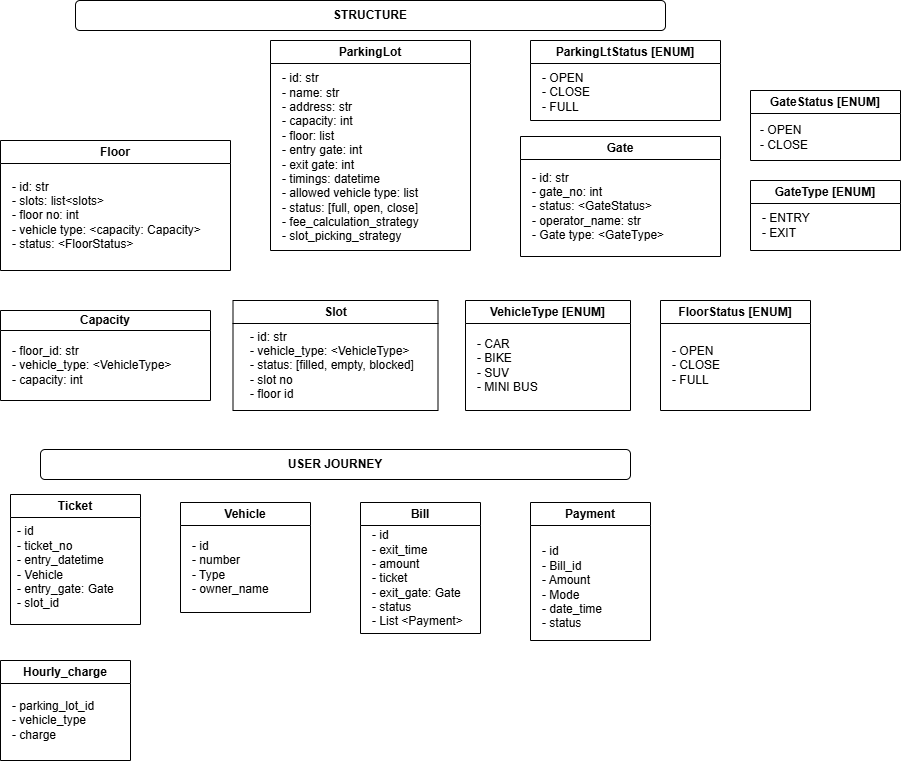
Earlier version of the draw.io export ParkingLot.png (ashu7mishra/ParkingLot). Source tidied: cells renumbered, new cells last; positions are measured from the earlier drawing's top-left corner, leaving out a move shared by most shapes.
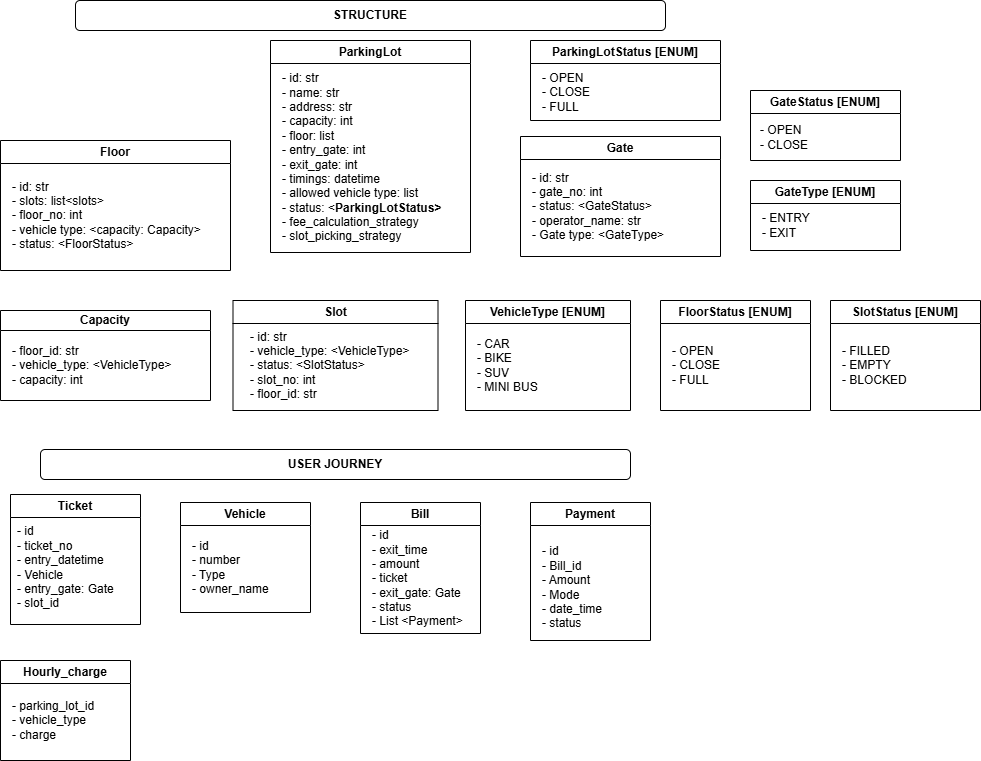
The same diagram one commit later.

The edit, as a diff of the source:
```diff
@@ -3,22 +3,22 @@
     <mxCell id="0" />
     <mxCell id="1" parent="0" />
     <mxCell id="2" value="ParkingLot" style="swimlane;whiteSpace=wrap;html=1;" parent="1" vertex="1">
-      <mxGeometry x="270" y="40" width="200" height="210" as="geometry" />
+      <mxGeometry x="270" y="40" width="200" height="212" as="geometry" />
     </mxCell>
-    <mxCell id="3" value="- id: str&lt;div&gt;- name: str&lt;/div&gt;&lt;div&gt;- address: str&lt;/div&gt;&lt;div&gt;- capacity: int&lt;/div&gt;&lt;div&gt;- floor: list&lt;/div&gt;&lt;div&gt;- entry gate: int&lt;/div&gt;&lt;div&gt;- exit gate: int&lt;/div&gt;&lt;div&gt;- timings: datetime&lt;/div&gt;&lt;div&gt;- allowed vehicle type: list&lt;/div&gt;&lt;div&gt;- status: [full, open, close]&lt;/div&gt;&lt;div&gt;- fee_calculation_strategy&lt;/div&gt;&lt;div&gt;- slot_picking_strategy&lt;/div&gt;" style="text;html=1;align=left;verticalAlign=middle;strokeColor=none;fillColor=none;" parent="2" vertex="1">
-      <mxGeometry x="10" y="22" width="160" height="190" as="geometry" />
+    <mxCell id="3" value="- id: str&lt;div&gt;- name: str&lt;/div&gt;&lt;div&gt;- address: str&lt;/div&gt;&lt;div&gt;- capacity: int&lt;/div&gt;&lt;div&gt;- floor: list&lt;/div&gt;&lt;div&gt;- entry_gate: int&lt;/div&gt;&lt;div&gt;- exit_gate: int&lt;/div&gt;&lt;div&gt;- timings: datetime&lt;/div&gt;&lt;div&gt;- allowed vehicle type: list&lt;/div&gt;&lt;div&gt;- status: &amp;lt;&lt;span style=&quot;font-weight: 700; text-align: center; text-wrap-mode: wrap; background-color: transparent; color: light-dark(rgb(0, 0, 0), rgb(255, 255, 255));&quot;&gt;ParkingLotStatus&amp;gt;&lt;/span&gt;&lt;/div&gt;&lt;div&gt;- fee_calculation_strategy&lt;/div&gt;&lt;div&gt;- slot_picking_strategy&lt;/div&gt;" style="text;html=1;align=left;verticalAlign=middle;strokeColor=none;fillColor=none;" parent="2" vertex="1">
+      <mxGeometry x="10" y="22" width="180" height="190" as="geometry" />
     </mxCell>
     <mxCell id="4" value="Floor" style="swimlane;whiteSpace=wrap;html=1;" parent="1" vertex="1">
       <mxGeometry y="140" width="230" height="130" as="geometry" />
     </mxCell>
-    <mxCell id="5" value="- id: str&lt;div&gt;- slots: list&amp;lt;slots&amp;gt;&lt;/div&gt;&lt;div&gt;- floor no: int&lt;/div&gt;&lt;div&gt;- vehicle type: &amp;lt;capacity: Capacity&amp;gt;&lt;/div&gt;&lt;div&gt;- status: &amp;lt;FloorStatus&amp;gt;&lt;/div&gt;" style="text;html=1;align=left;verticalAlign=middle;strokeColor=none;fillColor=none;" parent="4" vertex="1">
+    <mxCell id="5" value="- id: str&lt;div&gt;- slots: list&amp;lt;slots&amp;gt;&lt;/div&gt;&lt;div&gt;- floor_no: int&lt;/div&gt;&lt;div&gt;- vehicle type: &amp;lt;capacity: Capacity&amp;gt;&lt;/div&gt;&lt;div&gt;- status: &amp;lt;FloorStatus&amp;gt;&lt;/div&gt;" style="text;html=1;align=left;verticalAlign=middle;strokeColor=none;fillColor=none;" parent="4" vertex="1">
       <mxGeometry x="10" y="30" width="210" height="90" as="geometry" />
     </mxCell>
     <mxCell id="6" value="Slot" style="swimlane;whiteSpace=wrap;html=1;" parent="1" vertex="1">
       <mxGeometry x="232.5" y="300" width="205" height="110" as="geometry" />
     </mxCell>
-    <mxCell id="7" value="- id: str&lt;div&gt;- vehicle_type: &amp;lt;VehicleType&amp;gt;&lt;/div&gt;&lt;div&gt;- status: [filled, empty, blocked]&lt;/div&gt;&lt;div&gt;- slot no&lt;/div&gt;&lt;div&gt;- floor id&lt;/div&gt;" style="text;html=1;align=left;verticalAlign=middle;strokeColor=none;fillColor=none;" parent="6" vertex="1">
-      <mxGeometry x="15" y="20" width="190" height="90" as="geometry" />
+    <mxCell id="7" value="- id: str&lt;div&gt;- vehicle_type: &amp;lt;VehicleType&amp;gt;&lt;/div&gt;&lt;div&gt;- status: &amp;lt;SlotStatus&amp;gt;&lt;/div&gt;&lt;div&gt;- slot_no: int&lt;/div&gt;&lt;div&gt;- floor_id: str&lt;/div&gt;" style="text;html=1;align=left;verticalAlign=middle;strokeColor=none;fillColor=none;" parent="6" vertex="1">
+      <mxGeometry x="15" y="20" width="180" height="90" as="geometry" />
     </mxCell>
     <mxCell id="8" value="Gate" style="swimlane;whiteSpace=wrap;html=1;" parent="1" vertex="1">
       <mxGeometry x="520" y="136" width="200" height="120" as="geometry" />
@@ -92,11 +92,17 @@
     <mxCell id="31" value="- ENTRY&lt;div&gt;- EXIT&lt;/div&gt;" style="text;html=1;align=left;verticalAlign=middle;strokeColor=none;fillColor=none;" parent="30" vertex="1">
       <mxGeometry x="10" y="25" width="70" height="40" as="geometry" />
     </mxCell>
-    <mxCell id="32" value="ParkingLtStatus [ENUM]" style="swimlane;whiteSpace=wrap;html=1;" parent="1" vertex="1">
+    <mxCell id="32" value="ParkingLotStatus [ENUM]" style="swimlane;whiteSpace=wrap;html=1;" parent="1" vertex="1">
       <mxGeometry x="530" y="40" width="190" height="80" as="geometry" />
     </mxCell>
     <mxCell id="33" value="- OPEN&lt;div&gt;- CLOSE&lt;/div&gt;&lt;div&gt;- FULL&lt;/div&gt;" style="text;html=1;align=left;verticalAlign=middle;strokeColor=none;fillColor=none;" parent="32" vertex="1">
       <mxGeometry x="10" y="22" width="70" height="60" as="geometry" />
     </mxCell>
+    <mxCell id="34" value="SlotStatus [ENUM]" style="swimlane;whiteSpace=wrap;html=1;" parent="1" vertex="1">
+      <mxGeometry x="830" y="300" width="150" height="110" as="geometry" />
+    </mxCell>
+    <mxCell id="35" value="- FILLED&lt;div&gt;- EMPTY&lt;/div&gt;&lt;div&gt;- BLOCKED&lt;/div&gt;" style="text;html=1;align=left;verticalAlign=middle;strokeColor=none;fillColor=none;" parent="34" vertex="1">
+      <mxGeometry x="10" y="35" width="90" height="60" as="geometry" />
+    </mxCell>
   </root>
 </mxGraphModel>
```
